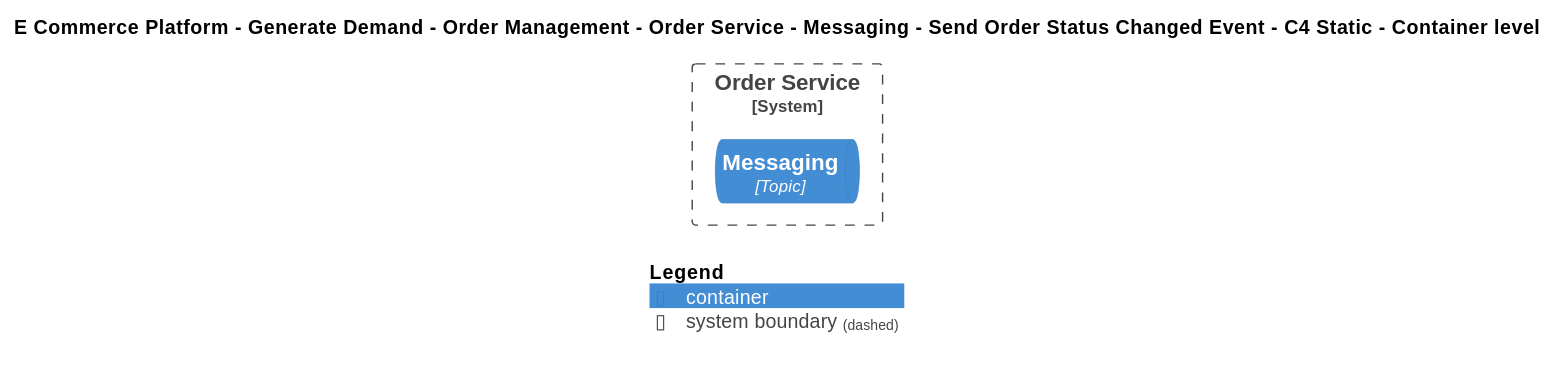
Earlier version of the PlantUML export Samples/E-Commerce Platform/Yaml/Diagrams/E Commerce Platform/Generate Demand/Order Management/Software Systems/Order Service/Containers/Messaging/Interfaces/Send Order Status Changed Event/Container - C4 Static.svg (mnadenysenko/C4InterFlow). The source it was exported from:
```plantuml
@startuml
!include ..\..\..\..\..\..\..\..\..\.c4s\C4_Container.puml

AddElementTag("c4interflow:lifecycle:new", $bgColor=green, $fontColor=#ffffff, $borderColor=green, $shadowing="False")
AddElementTag("c4interflow:lifecycle:changed", $bgColor=orange, $fontColor=#ffffff, $borderColor=orange, $shadowing="False")
AddElementTag("c4interflow:lifecycle:removed", $bgColor=red, $fontColor=#ffffff, $borderColor=red, $shadowing="False")

AddRelTag("c4interflow:lifecycle:new", $textColor=green, $lineColor=green)
AddRelTag("c4interflow:lifecycle:changed", $textColor=orange, $lineColor=orange)
AddRelTag("c4interflow:lifecycle:removed", $textColor=red, $lineColor=red)

SHOW_PERSON_PORTRAIT()
LAYOUT_TOP_DOWN()

skinparam linetype polyline

title E Commerce Platform - Generate Demand - Order Management - Order Service - Messaging - Send Order Status Changed Event - C4 Static - Container level


System_Boundary(ECommercePlatform.GenerateDemand.OrderManagement.SoftwareSystems.OrderService, "Order Service") {
    ContainerQueue(ECommercePlatform.GenerateDemand.OrderManagement.SoftwareSystems.OrderService.Containers.Messaging, "Messaging", "Topic", "")
}



SHOW_LEGEND()
@enduml
```
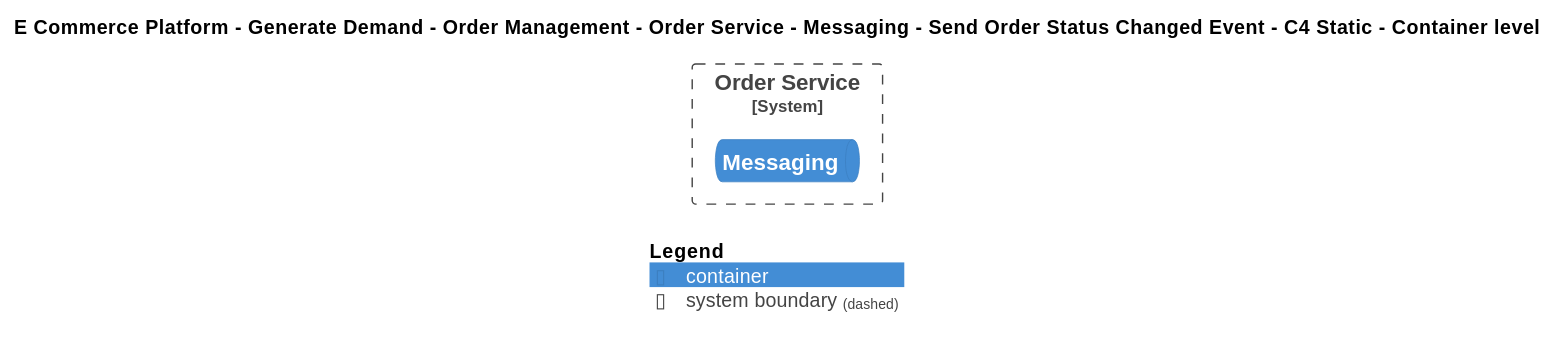
The same file after the commit.

Diff of the diagram source:
```diff
@@ -18,7 +18,7 @@
 
 
 System_Boundary(ECommercePlatform.GenerateDemand.OrderManagement.SoftwareSystems.OrderService, "Order Service") {
-    ContainerQueue(ECommercePlatform.GenerateDemand.OrderManagement.SoftwareSystems.OrderService.Containers.Messaging, "Messaging", "Topic", "")
+    ContainerQueue(ECommercePlatform.GenerateDemand.OrderManagement.SoftwareSystems.OrderService.Containers.Messaging, "Messaging", "", "")
 }
 
 
```
